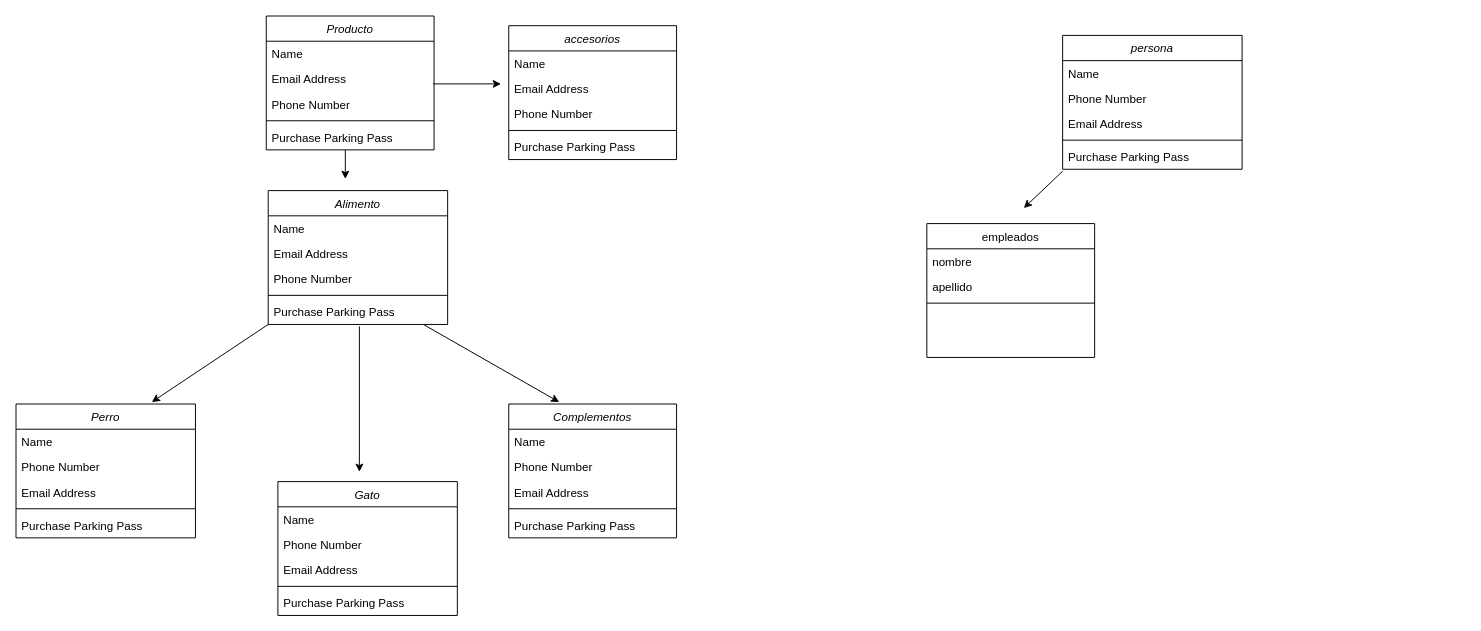
Above: Diagrama sin título.drawio in nicolascaliari/c-sharp (draw.io), before the change. Source tidied: cells renumbered, new cells numbered last; positions are measured from the earlier drawing's top-left corner, leaving out a move shared by most shapes. Both pictures are drawn from the tidied source at 97%, with x=0, y=0 at pixel (16, 16).
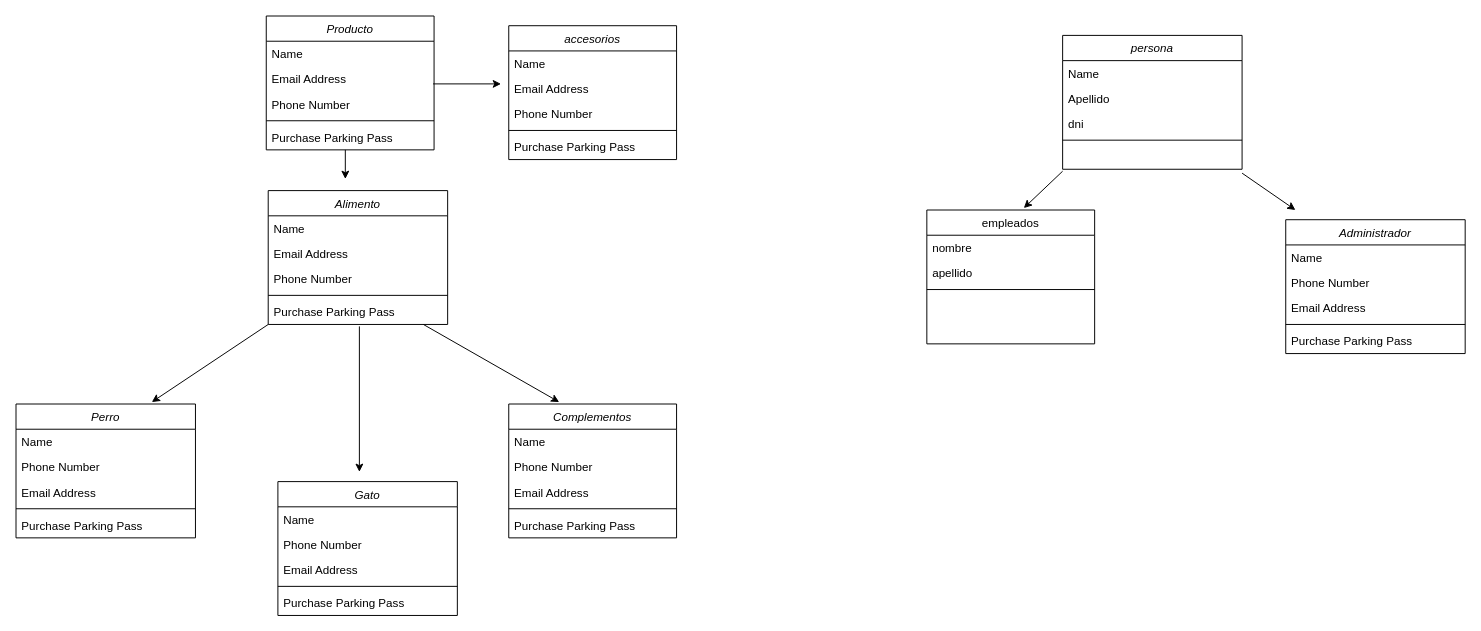
Above is the later version.

The change refers to these unchanged cells:
```xml
<mxCell id="2" value="persona" style="swimlane;fontStyle=2;align=center;verticalAlign=top;horizontal=1;startSize=26;rounded=0;shadow=0;strokeWidth=1;" parent="1" vertex="1">
  <mxGeometry x="1079" y="20" width="185" height="138" as="geometry" />
</mxCell>
```

What changed in the source:
```diff
@@
-    <mxCell id="4" value="Phone Number" style="text;align=left;verticalAlign=top;spacingLeft=4;spacingRight=4;overflow=hidden;rounded=0;shadow=0;html=0;" parent="2" vertex="1">
+    <mxCell id="4" value="Apellido" style="text;align=left;verticalAlign=top;spacingLeft=4;spacingRight=4;overflow=hidden;rounded=0;shadow=0;html=0;" parent="2" vertex="1">
       <mxGeometry y="52" width="185" height="26" as="geometry" />
     </mxCell>
-    <mxCell id="5" value="Email Address" style="text;align=left;verticalAlign=top;spacingLeft=4;spacingRight=4;overflow=hidden;rounded=0;shadow=0;html=0;" parent="2" vertex="1">
+    <mxCell id="5" value="dni" style="text;align=left;verticalAlign=top;spacingLeft=4;spacingRight=4;overflow=hidden;rounded=0;shadow=0;html=0;" parent="2" vertex="1">
       <mxGeometry y="78" width="185" height="26" as="geometry" />
     </mxCell>
@@
-    <mxCell id="7" value="Purchase Parking Pass" style="text;align=left;verticalAlign=top;spacingLeft=4;spacingRight=4;overflow=hidden;" parent="2" vertex="1">
-      <mxGeometry y="112" width="185" height="26" as="geometry" />
-    </mxCell>
     <mxCell id="8" value="empleados" style="swimlane;fontStyle=0;align=center;verticalAlign=top;horizontal=1;startSize=26;rounded=0;shadow=0;strokeWidth=1;" parent="1" vertex="1">
-      <mxGeometry x="939" y="214" width="173" height="138" as="geometry" />
+      <mxGeometry x="939" y="200" width="173" height="138" as="geometry" />
     </mxCell>
@@
+    <mxCell id="54" value="Administrador" style="swimlane;fontStyle=2;align=center;verticalAlign=top;horizontal=1;startSize=26;rounded=0;shadow=0;strokeWidth=1;" parent="1" vertex="1">
+      <mxGeometry x="1309" y="210" width="185" height="138" as="geometry" />
+    </mxCell>
+    <mxCell id="55" value="Name" style="text;align=left;verticalAlign=top;spacingLeft=4;spacingRight=4;overflow=hidden;" parent="54" vertex="1">
+      <mxGeometry y="26" width="185" height="26" as="geometry" />
+    </mxCell>
+    <mxCell id="56" value="Phone Number" style="text;align=left;verticalAlign=top;spacingLeft=4;spacingRight=4;overflow=hidden;rounded=0;shadow=0;html=0;" parent="54" vertex="1">
+      <mxGeometry y="52" width="185" height="26" as="geometry" />
+    </mxCell>
+    <mxCell id="57" value="Email Address" style="text;align=left;verticalAlign=top;spacingLeft=4;spacingRight=4;overflow=hidden;rounded=0;shadow=0;html=0;" parent="54" vertex="1">
+      <mxGeometry y="78" width="185" height="26" as="geometry" />
+    </mxCell>
+    <mxCell id="58" style="line;html=1;strokeWidth=1;align=left;verticalAlign=middle;spacingTop=-1;spacingLeft=3;spacingRight=3;labelPosition=right;" parent="54" vertex="1">
+      <mxGeometry y="104" width="185" height="8" as="geometry" />
+    </mxCell>
+    <mxCell id="7" value="Purchase Parking Pass" style="text;align=left;verticalAlign=top;spacingLeft=4;spacingRight=4;overflow=hidden;" parent="54" vertex="1">
+      <mxGeometry y="112" width="185" height="26" as="geometry" />
+    </mxCell>
+    <mxCell id="59" style="endArrow=classic;html=1;rounded=0;" parent="1" edge="1">
+      <mxGeometry relative="1" as="geometry">
+        <mxPoint x="1264" y="162" as="sourcePoint" />
+        <mxPoint x="1319" y="200" as="targetPoint" />
+      </mxGeometry>
+    </mxCell>
```
